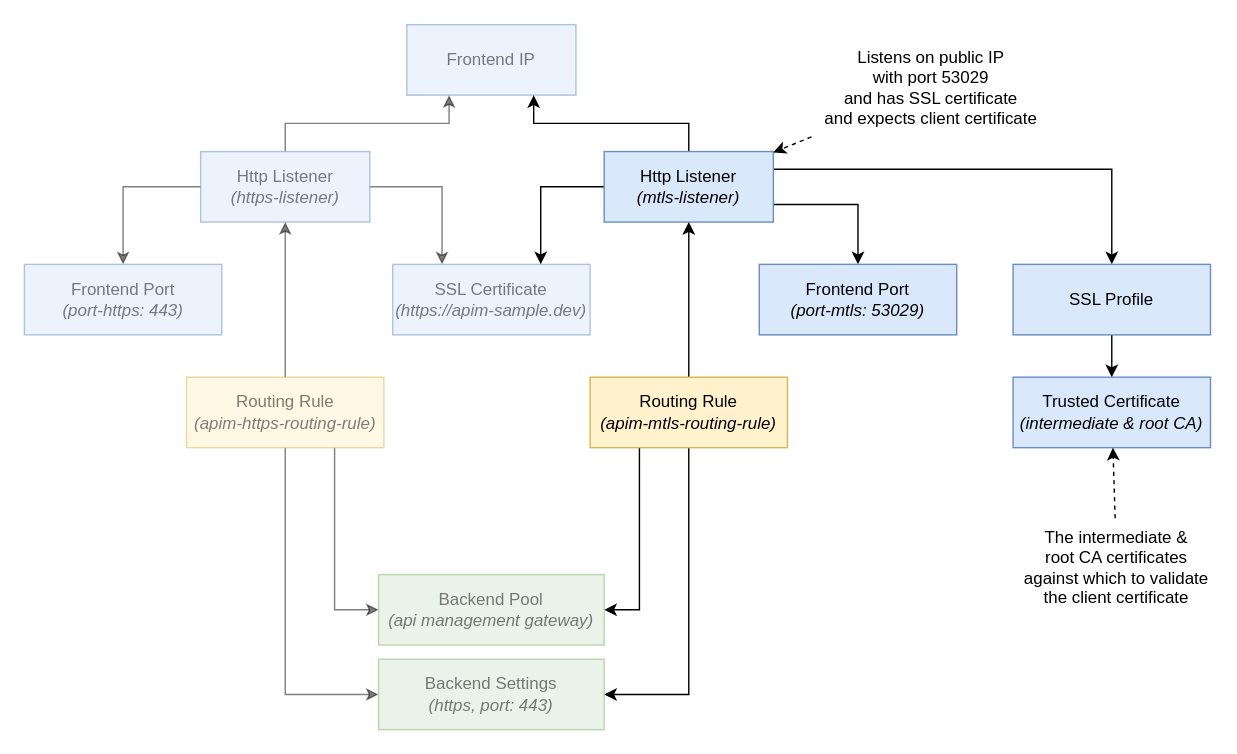
This is page "app-gateway-https-and-mtls-listener-1" (3 of 6) of static/images/apim-client-certificate-series/02-validate-client-certificate-in-apim-behind-agw/diagrams.drawio from ronaldbosma/blog, a draw.io file, before an edit. Source tidied: cells renumbered, new cells numbered last; positions are measured from the earlier drawing's top-left corner, leaving out a move shared by most shapes. Both pictures are drawn from the tidied source at 141%, with x=0, y=0 at pixel (24, 24).
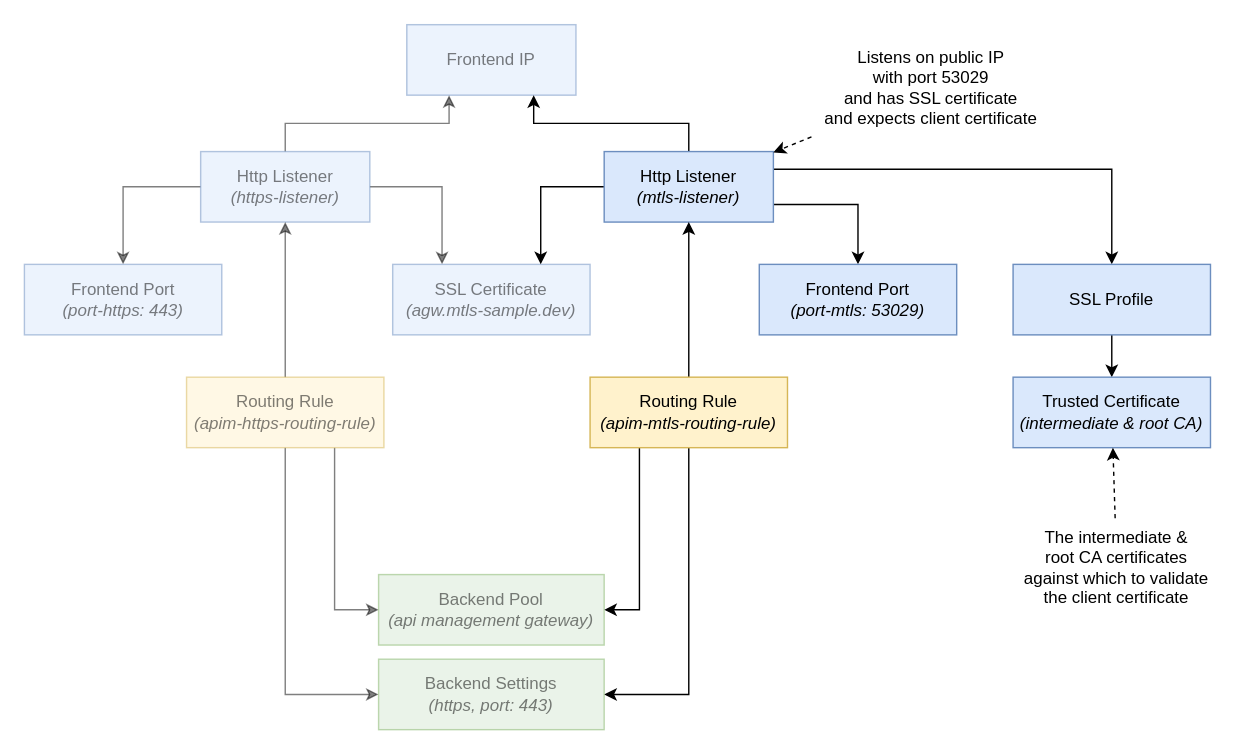
The same diagram, later.

What changed in the source:
```diff
@@
-    <mxCell id="8" value="SSL Certificate&lt;br&gt;&lt;i&gt;(https://apim-sample.dev)&lt;/i&gt;" style="rounded=0;whiteSpace=wrap;html=1;fillColor=#dae8fc;strokeColor=#6c8ebf;textOpacity=50;fillOpacity=50;strokeOpacity=50;" parent="1" vertex="1">
+    <mxCell id="8" value="SSL Certificate&lt;br&gt;&lt;i&gt;(agw.mtls-sample.dev)&lt;/i&gt;" style="rounded=0;whiteSpace=wrap;html=1;fillColor=#dae8fc;strokeColor=#6c8ebf;textOpacity=50;fillOpacity=50;strokeOpacity=50;" parent="1" vertex="1">
       <mxGeometry x="261" y="170" width="140" height="50" as="geometry" />
     </mxCell>
```
